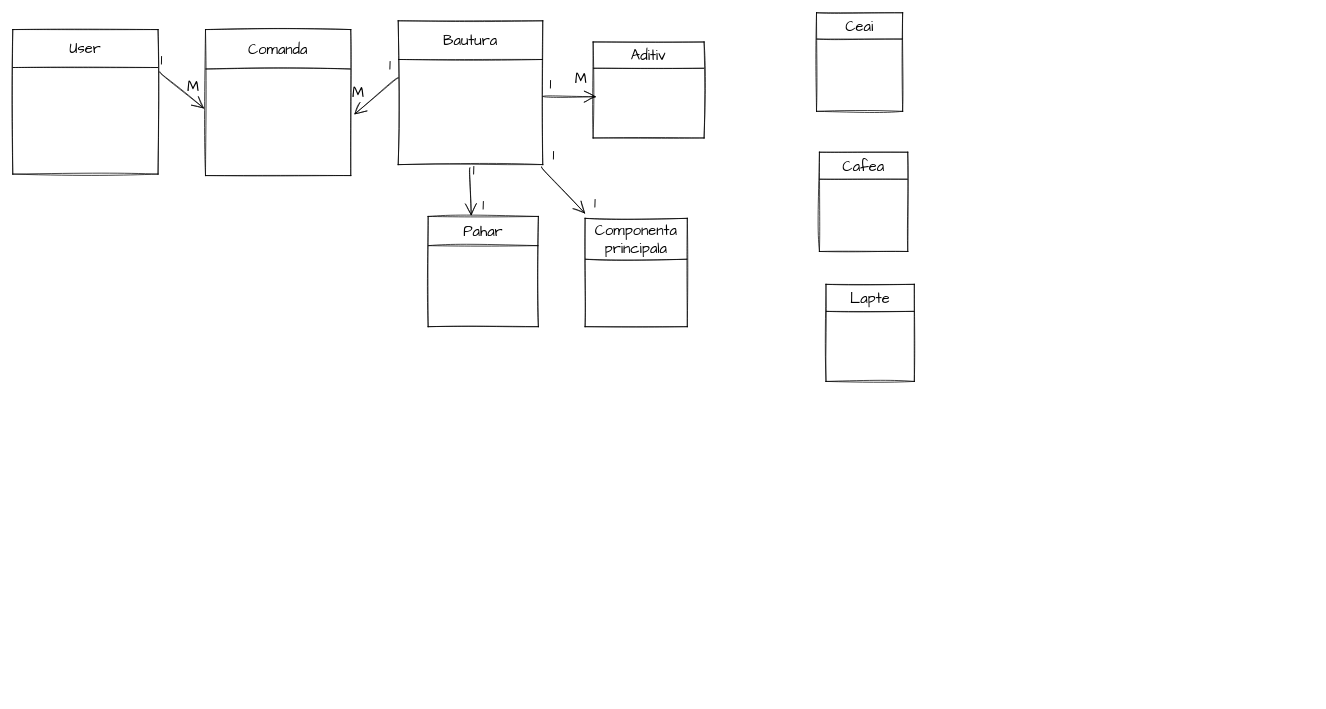
daria68/Smart-Coffe-Machine keeps this draw.io diagram as Untitled Diagram.drawio. Above is the earlier version. Source tidied: cells renumbered, new cells numbered last; positions are measured from the earlier drawing's top-left corner, leaving out a move shared by most shapes. Both pictures are drawn from the tidied source at 73%, with x=0, y=0 at pixel (12, 12).
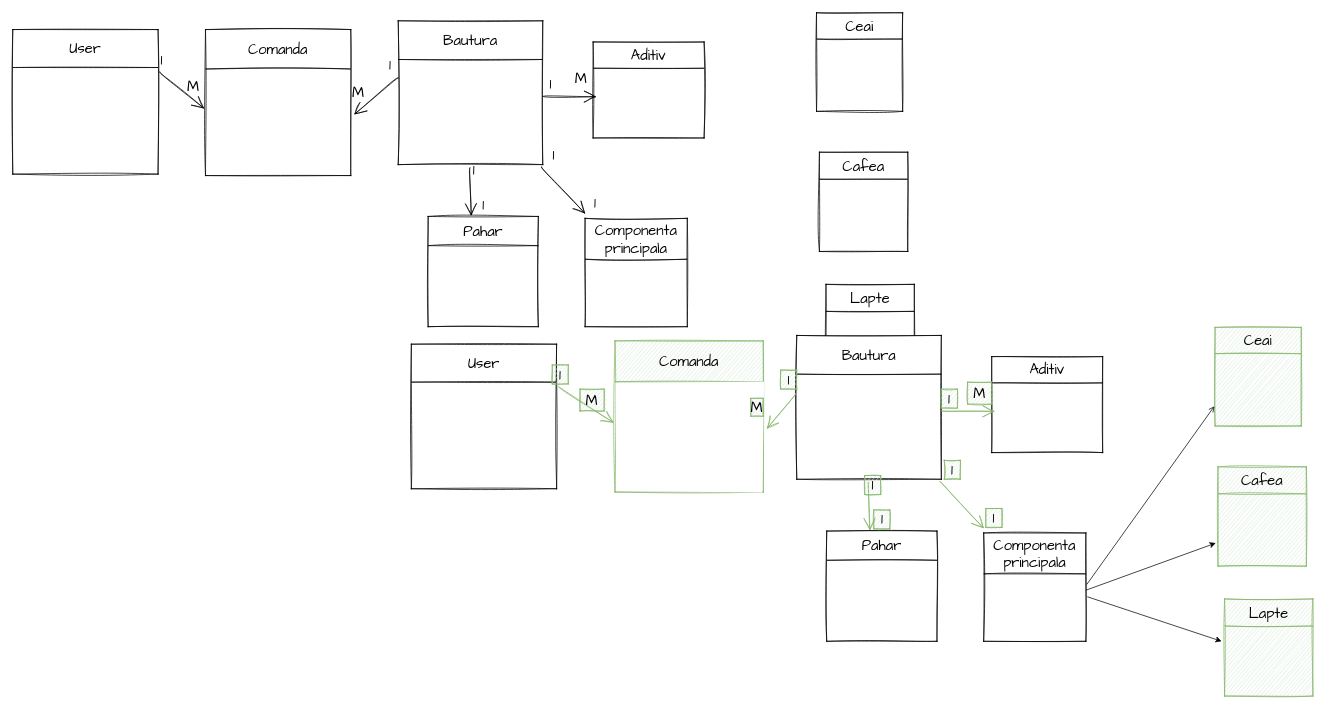
After the change.

Diff of the diagram source:
```diff
@@
+    <mxCell id="62" style="shape=table;startSize=0;childLayout=tableLayout;sketch=1;hachureGap=4;fontFamily=Architects Daughter;fontSize=20;" parent="1" vertex="1">
+      <mxGeometry x="1115" y="710" width="151" height="151" as="geometry" />
+    </mxCell>
+    <mxCell id="63" style="shape=partialRectangle;fillColor=none;top=0;left=0;bottom=0;right=0;points=[[0,0.5],[1,0.5]];portConstraint=eastwest;sketch=1;hachureGap=4;fontFamily=Architects Daughter;fontSize=20;" parent="62" vertex="1">
+      <mxGeometry width="151" height="40" as="geometry" />
+    </mxCell>
+    <mxCell id="64" value="Pahar" style="shape=partialRectangle;html=1;whiteSpace=wrap;overflow=hidden;fillColor=none;top=0;left=0;bottom=0;right=0;sketch=1;hachureGap=4;fontFamily=Architects Daughter;fontSize=20;" parent="63" vertex="1">
+      <mxGeometry width="151" height="40" as="geometry" />
+    </mxCell>
+    <mxCell id="65" style="shape=partialRectangle;fillColor=none;top=0;left=0;bottom=0;right=0;sketch=1;hachureGap=4;fontFamily=Architects Daughter;fontSize=20;" parent="62" vertex="1">
+      <mxGeometry y="40" width="151" height="111" as="geometry" />
+    </mxCell>
+    <mxCell id="66" style="shape=partialRectangle;html=1;whiteSpace=wrap;overflow=hidden;fillColor=none;top=0;left=0;bottom=0;right=0;sketch=1;hachureGap=4;fontFamily=Architects Daughter;fontSize=20;" parent="65" vertex="1">
+      <mxGeometry width="151" height="111" as="geometry" />
+    </mxCell>
@@
+    <mxCell id="67" style="shape=table;startSize=0;childLayout=tableLayout;sketch=1;hachureGap=4;fontFamily=Architects Daughter;fontSize=20;fillColor=#d5e8d4;strokeColor=#82b366;" parent="1" vertex="1">
+      <mxGeometry x="825" y="449.5" width="203" height="207" as="geometry" />
+    </mxCell>
+    <mxCell id="68" style="shape=partialRectangle;fillColor=none;top=0;left=0;bottom=0;right=0;sketch=1;hachureGap=4;fontFamily=Architects Daughter;fontSize=20;" parent="67" vertex="1">
+      <mxGeometry width="203" height="56" as="geometry" />
+    </mxCell>
+    <mxCell id="69" value="Comanda" style="shape=partialRectangle;html=1;whiteSpace=wrap;overflow=hidden;fillColor=none;top=0;left=0;bottom=0;right=0;sketch=1;hachureGap=4;fontFamily=Architects Daughter;fontSize=20;" parent="68" vertex="1">
+      <mxGeometry width="203" height="56" as="geometry" />
+    </mxCell>
+    <mxCell id="70" style="shape=partialRectangle;fillColor=none;top=0;left=0;bottom=0;right=0;points=[[0,0.5],[1,0.5]];portConstraint=eastwest;sketch=1;hachureGap=4;fontFamily=Architects Daughter;fontSize=20;" parent="67" vertex="1">
+      <mxGeometry y="56" width="203" height="151" as="geometry" />
+    </mxCell>
+    <mxCell id="71" style="shape=partialRectangle;html=1;whiteSpace=wrap;overflow=hidden;top=0;left=0;bottom=0;right=0;sketch=1;hachureGap=4;fontFamily=Architects Daughter;fontSize=20;" parent="70" vertex="1">
+      <mxGeometry width="203" height="151" as="geometry" />
+    </mxCell>
@@
+    <mxCell id="72" style="shape=table;startSize=0;childLayout=tableLayout;sketch=1;hachureGap=4;fontFamily=Architects Daughter;fontSize=20;fillColor=#d5e8d4;strokeColor=#82b366;" parent="1" vertex="1">
+      <mxGeometry x="1660" y="803" width="121" height="133" as="geometry" />
+    </mxCell>
+    <mxCell id="73" style="shape=partialRectangle;fillColor=none;top=0;left=0;bottom=0;right=0;sketch=1;hachureGap=4;fontFamily=Architects Daughter;fontSize=20;" parent="72" vertex="1">
+      <mxGeometry width="121" height="37" as="geometry" />
+    </mxCell>
+    <mxCell id="74" value="Lapte" style="shape=partialRectangle;html=1;whiteSpace=wrap;overflow=hidden;fillColor=none;top=0;left=0;bottom=0;right=0;sketch=1;hachureGap=4;fontFamily=Architects Daughter;fontSize=20;" parent="73" vertex="1">
+      <mxGeometry width="121" height="37" as="geometry" />
+    </mxCell>
+    <mxCell id="75" style="shape=partialRectangle;fillColor=none;top=0;left=0;bottom=0;right=0;sketch=1;hachureGap=4;fontFamily=Architects Daughter;fontSize=20;" parent="72" vertex="1">
+      <mxGeometry y="37" width="121" height="96" as="geometry" />
+    </mxCell>
+    <mxCell id="76" style="shape=partialRectangle;html=1;whiteSpace=wrap;overflow=hidden;fillColor=none;top=0;left=0;bottom=0;right=0;sketch=1;hachureGap=4;fontFamily=Architects Daughter;fontSize=20;" parent="75" vertex="1">
+      <mxGeometry width="121" height="96" as="geometry" />
+    </mxCell>
@@
+    <mxCell id="77" style="shape=table;startSize=0;childLayout=tableLayout;sketch=1;hachureGap=4;fontFamily=Architects Daughter;fontSize=20;" parent="1" vertex="1">
+      <mxGeometry x="1341" y="471" width="152" height="131.5" as="geometry" />
+    </mxCell>
+    <mxCell id="78" style="shape=partialRectangle;fillColor=none;top=0;left=0;bottom=0;right=0;sketch=1;hachureGap=4;fontFamily=Architects Daughter;fontSize=20;" parent="77" vertex="1">
+      <mxGeometry width="152" height="36" as="geometry" />
+    </mxCell>
+    <mxCell id="79" value="Aditiv" style="shape=partialRectangle;html=1;whiteSpace=wrap;overflow=hidden;fillColor=none;top=0;left=0;bottom=0;right=0;sketch=1;hachureGap=4;fontFamily=Architects Daughter;fontSize=20;" parent="78" vertex="1">
+      <mxGeometry width="152" height="36" as="geometry" />
+    </mxCell>
+    <mxCell id="80" style="shape=partialRectangle;fillColor=none;top=0;left=0;bottom=0;right=0;sketch=1;hachureGap=4;fontFamily=Architects Daughter;fontSize=20;" parent="77" vertex="1">
+      <mxGeometry y="36" width="152" height="96" as="geometry" />
+    </mxCell>
+    <mxCell id="81" style="shape=partialRectangle;html=1;whiteSpace=wrap;overflow=hidden;fillColor=none;top=0;left=0;bottom=0;right=0;sketch=1;hachureGap=4;fontFamily=Architects Daughter;fontSize=20;" parent="80" vertex="1">
+      <mxGeometry width="152" height="96" as="geometry" />
+    </mxCell>
@@
+    <mxCell id="82" style="shape=table;startSize=0;childLayout=tableLayout;sketch=1;hachureGap=4;fontFamily=Architects Daughter;fontSize=20;fillColor=#d5e8d4;strokeColor=#82b366;" parent="1" vertex="1">
+      <mxGeometry x="1647" y="431" width="118" height="135" as="geometry" />
+    </mxCell>
+    <mxCell id="83" style="shape=partialRectangle;fillColor=none;top=0;left=0;bottom=0;right=0;sketch=1;hachureGap=4;fontFamily=Architects Daughter;fontSize=20;" parent="82" vertex="1">
+      <mxGeometry width="118" height="36" as="geometry" />
+    </mxCell>
+    <mxCell id="84" value="Ceai" style="shape=partialRectangle;html=1;whiteSpace=wrap;overflow=hidden;fillColor=none;top=0;left=0;bottom=0;right=0;sketch=1;hachureGap=4;fontFamily=Architects Daughter;fontSize=20;" parent="83" vertex="1">
+      <mxGeometry width="118" height="36" as="geometry" />
+    </mxCell>
+    <mxCell id="85" style="shape=partialRectangle;fillColor=none;top=0;left=0;bottom=0;right=0;sketch=1;hachureGap=4;fontFamily=Architects Daughter;fontSize=20;" parent="82" vertex="1">
+      <mxGeometry y="36" width="118" height="99" as="geometry" />
+    </mxCell>
+    <mxCell id="86" style="shape=partialRectangle;html=1;whiteSpace=wrap;overflow=hidden;fillColor=none;top=0;left=0;bottom=0;right=0;sketch=1;hachureGap=4;fontFamily=Architects Daughter;fontSize=20;" parent="85" vertex="1">
+      <mxGeometry width="118" height="99" as="geometry" />
+    </mxCell>
@@
+    <mxCell id="87" style="shape=table;startSize=0;childLayout=tableLayout;sketch=1;hachureGap=4;fontFamily=Architects Daughter;fontSize=20;fillColor=#d5e8d4;strokeColor=#82b366;" parent="1" vertex="1">
+      <mxGeometry x="1651" y="622" width="121" height="136" as="geometry" />
+    </mxCell>
+    <mxCell id="88" style="shape=partialRectangle;fillColor=none;top=0;left=0;bottom=0;right=0;sketch=1;hachureGap=4;fontFamily=Architects Daughter;fontSize=20;" parent="87" vertex="1">
+      <mxGeometry width="121" height="37" as="geometry" />
+    </mxCell>
+    <mxCell id="89" value="Cafea" style="shape=partialRectangle;html=1;whiteSpace=wrap;overflow=hidden;fillColor=none;top=0;left=0;bottom=0;right=0;sketch=1;hachureGap=4;fontFamily=Architects Daughter;fontSize=20;" parent="88" vertex="1">
+      <mxGeometry width="121" height="37" as="geometry" />
+    </mxCell>
+    <mxCell id="90" style="shape=partialRectangle;fillColor=none;top=0;left=0;bottom=0;right=0;points=[[0,0.5],[1,0.5]];portConstraint=eastwest;sketch=1;hachureGap=4;fontFamily=Architects Daughter;fontSize=20;" parent="87" vertex="1">
+      <mxGeometry y="37" width="121" height="99" as="geometry" />
+    </mxCell>
+    <mxCell id="91" style="shape=partialRectangle;html=1;whiteSpace=wrap;overflow=hidden;fillColor=none;top=0;left=0;bottom=0;right=0;sketch=1;hachureGap=4;fontFamily=Architects Daughter;fontSize=20;" parent="90" vertex="1">
+      <mxGeometry width="121" height="99" as="geometry" />
+    </mxCell>
@@
+    <mxCell id="92" style="shape=table;startSize=0;childLayout=tableLayout;sketch=1;hachureGap=4;fontFamily=Architects Daughter;fontSize=20;" parent="1" vertex="1">
+      <mxGeometry x="546" y="454" width="199" height="198" as="geometry" />
+    </mxCell>
+    <mxCell id="93" style="shape=partialRectangle;fillColor=none;top=0;left=0;bottom=0;right=0;sketch=1;hachureGap=4;fontFamily=Architects Daughter;fontSize=20;" parent="92" vertex="1">
+      <mxGeometry width="199" height="52" as="geometry" />
+    </mxCell>
+    <mxCell id="94" value="User" style="shape=partialRectangle;html=1;whiteSpace=wrap;overflow=hidden;fillColor=none;top=0;left=0;bottom=0;right=0;sketch=1;hachureGap=4;fontFamily=Architects Daughter;fontSize=20;" parent="93" vertex="1">
+      <mxGeometry width="199" height="52" as="geometry" />
+    </mxCell>
+    <mxCell id="95" style="shape=partialRectangle;fillColor=none;top=0;left=0;bottom=0;right=0;sketch=1;hachureGap=4;fontFamily=Architects Daughter;fontSize=20;" parent="92" vertex="1">
+      <mxGeometry y="52" width="199" height="146" as="geometry" />
+    </mxCell>
+    <mxCell id="96" style="shape=partialRectangle;html=1;whiteSpace=wrap;overflow=hidden;fillColor=none;top=0;left=0;bottom=0;right=0;sketch=1;hachureGap=4;fontFamily=Architects Daughter;fontSize=20;" parent="95" vertex="1">
+      <mxGeometry width="199" height="146" as="geometry" />
+    </mxCell>
@@
+    <mxCell id="97" style="edgeStyle=none;jettySize=auto;html=1;rounded=0;sketch=1;hachureGap=4;fontFamily=Architects Daughter;fontSize=16;endArrow=open;startSize=14;endSize=14;sourcePerimeterSpacing=8;targetPerimeterSpacing=8;curved=1;entryX=-0.01;entryY=0.37;entryDx=0;entryDy=0;entryPerimeter=0;fillColor=#d5e8d4;strokeColor=#82b366;" parent="1" edge="1" target="70">
+      <mxGeometry relative="1" as="geometry">
+        <mxPoint x="747" y="512" as="sourcePoint" />
+      </mxGeometry>
+    </mxCell>
@@
+    <mxCell id="98" value="M" style="text;html=1;align=center;verticalAlign=middle;whiteSpace=wrap;rounded=0;sketch=1;hachureGap=4;fontFamily=Architects Daughter;fontSize=20;fillColor=#d5e8d4;strokeColor=#82b366;" parent="1" vertex="1">
+      <mxGeometry x="777" y="515.5" width="33" height="30" as="geometry" />
+    </mxCell>
@@
+    <mxCell id="99" value="1" style="text;html=1;align=center;verticalAlign=middle;whiteSpace=wrap;rounded=0;sketch=1;hachureGap=4;fontFamily=Architects Daughter;fontSize=20;fillColor=#d5e8d4;strokeColor=#82b366;" parent="1" vertex="1">
+      <mxGeometry x="739" y="482.5" width="22" height="26" as="geometry" />
+    </mxCell>
@@
+    <mxCell id="100" style="shape=table;startSize=0;childLayout=tableLayout;sketch=1;hachureGap=4;fontFamily=Architects Daughter;fontSize=20;" parent="1" vertex="1">
+      <mxGeometry x="1074" y="442" width="198" height="197" as="geometry" />
+    </mxCell>
+    <mxCell id="101" style="shape=partialRectangle;fillColor=none;top=0;left=0;bottom=0;right=0;sketch=1;hachureGap=4;fontFamily=Architects Daughter;fontSize=20;" parent="100" vertex="1">
+      <mxGeometry width="198" height="53" as="geometry" />
+    </mxCell>
+    <mxCell id="102" value="Bautura" style="shape=partialRectangle;html=1;whiteSpace=wrap;overflow=hidden;fillColor=none;top=0;left=0;bottom=0;right=0;sketch=1;hachureGap=4;fontFamily=Architects Daughter;fontSize=20;" parent="101" vertex="1">
+      <mxGeometry width="198" height="53" as="geometry" />
+    </mxCell>
+    <mxCell id="103" style="shape=partialRectangle;fillColor=none;top=0;left=0;bottom=0;right=0;points=[[0,0.5],[1,0.5]];portConstraint=eastwest;sketch=1;hachureGap=4;fontFamily=Architects Daughter;fontSize=20;" parent="100" vertex="1">
+      <mxGeometry y="53" width="198" height="144" as="geometry" />
+    </mxCell>
+    <mxCell id="104" style="shape=partialRectangle;html=1;whiteSpace=wrap;overflow=hidden;fillColor=none;top=0;left=0;bottom=0;right=0;sketch=1;hachureGap=4;fontFamily=Architects Daughter;fontSize=20;" parent="103" vertex="1">
+      <mxGeometry width="198" height="144" as="geometry" />
+    </mxCell>
@@
+    <mxCell id="105" style="shape=table;startSize=0;childLayout=tableLayout;sketch=1;hachureGap=4;fontFamily=Architects Daughter;fontSize=20;" parent="1" vertex="1">
+      <mxGeometry x="1330" y="712.6" width="140" height="148.4" as="geometry" />
+    </mxCell>
+    <mxCell id="106" style="shape=partialRectangle;fillColor=none;top=0;left=0;bottom=0;right=0;sketch=1;hachureGap=4;fontFamily=Architects Daughter;fontSize=20;" parent="105" vertex="1">
+      <mxGeometry width="140" height="56" as="geometry" />
+    </mxCell>
+    <mxCell id="107" value="Componenta principala" style="shape=partialRectangle;html=1;whiteSpace=wrap;overflow=hidden;fillColor=none;top=0;left=0;bottom=0;right=0;sketch=1;hachureGap=4;fontFamily=Architects Daughter;fontSize=20;" parent="106" vertex="1">
+      <mxGeometry width="140" height="56" as="geometry" />
+    </mxCell>
+    <mxCell id="108" style="shape=partialRectangle;fillColor=none;top=0;left=0;bottom=0;right=0;points=[[0,0.5],[1,0.5]];portConstraint=eastwest;sketch=1;hachureGap=4;fontFamily=Architects Daughter;fontSize=20;" parent="105" vertex="1">
+      <mxGeometry y="56" width="140" height="92" as="geometry" />
+    </mxCell>
+    <mxCell id="109" style="shape=partialRectangle;html=1;whiteSpace=wrap;overflow=hidden;fillColor=none;top=0;left=0;bottom=0;right=0;sketch=1;hachureGap=4;fontFamily=Architects Daughter;fontSize=20;" parent="108" vertex="1">
+      <mxGeometry width="140" height="92" as="geometry" />
+    </mxCell>
@@
+    <mxCell id="110" style="edgeStyle=none;jettySize=auto;html=1;rounded=0;sketch=1;hachureGap=4;fontFamily=Architects Daughter;fontSize=16;endArrow=open;startSize=14;endSize=14;sourcePerimeterSpacing=8;targetPerimeterSpacing=8;curved=1;entryX=1.025;entryY=0.425;entryDx=0;entryDy=0;entryPerimeter=0;fillColor=#d5e8d4;strokeColor=#82b366;" parent="1" edge="1" target="70">
+      <mxGeometry relative="1" as="geometry">
+        <mxPoint x="1074" y="520" as="sourcePoint" />
+      </mxGeometry>
+    </mxCell>
@@
+    <mxCell id="111" value="M" style="text;html=1;align=center;verticalAlign=middle;whiteSpace=wrap;rounded=0;sketch=1;hachureGap=4;fontFamily=Architects Daughter;fontSize=20;fillColor=#d5e8d4;strokeColor=#82b366;" parent="1" vertex="1">
+      <mxGeometry x="1011" y="528.2" width="17" height="24.5" as="geometry" />
+    </mxCell>
@@
+    <mxCell id="112" value="1" style="text;html=1;align=center;verticalAlign=middle;whiteSpace=wrap;rounded=0;sketch=1;hachureGap=4;fontFamily=Architects Daughter;fontSize=20;fillColor=#d5e8d4;strokeColor=#82b366;" parent="1" vertex="1">
+      <mxGeometry x="1052" y="489.5" width="22" height="26" as="geometry" />
+    </mxCell>
@@
+    <mxCell id="113" style="edgeStyle=none;jettySize=auto;html=1;rounded=0;sketch=1;hachureGap=4;fontFamily=Architects Daughter;fontSize=16;endArrow=open;startSize=14;endSize=14;sourcePerimeterSpacing=8;targetPerimeterSpacing=8;curved=1;exitX=0.495;exitY=1.028;exitDx=0;exitDy=0;exitPerimeter=0;entryX=0.391;entryY=-0.03;entryDx=0;entryDy=0;entryPerimeter=0;fillColor=#d5e8d4;strokeColor=#82b366;" parent="1" edge="1" source="103" target="63">
+      <mxGeometry relative="1" as="geometry" />
+    </mxCell>
@@
+    <mxCell id="114" style="edgeStyle=none;orthogonalLoop=1;jettySize=auto;html=1;rounded=0;sketch=1;hachureGap=4;fontFamily=Architects Daughter;fontSize=16;endArrow=open;startSize=14;endSize=14;sourcePerimeterSpacing=8;targetPerimeterSpacing=8;curved=1;fillColor=#d5e8d4;strokeColor=#82b366;" parent="1" edge="1">
+      <mxGeometry relative="1" as="geometry">
+        <mxPoint x="1270" y="642" as="sourcePoint" />
+        <mxPoint x="1330" y="706" as="targetPoint" />
+      </mxGeometry>
+    </mxCell>
@@
+    <mxCell id="115" style="edgeStyle=none;orthogonalLoop=1;jettySize=auto;html=1;rounded=0;sketch=1;hachureGap=4;fontFamily=Architects Daughter;fontSize=16;endArrow=open;startSize=14;endSize=14;sourcePerimeterSpacing=8;targetPerimeterSpacing=8;curved=1;fillColor=#d5e8d4;strokeColor=#82b366;" parent="1" edge="1">
+      <mxGeometry relative="1" as="geometry">
+        <mxPoint x="1272" y="545.5" as="sourcePoint" />
+        <mxPoint x="1345" y="546" as="targetPoint" />
+      </mxGeometry>
+    </mxCell>
@@
+    <mxCell id="116" value="1" style="text;html=1;align=center;verticalAlign=middle;whiteSpace=wrap;rounded=0;sketch=1;hachureGap=4;fontFamily=Architects Daughter;fontSize=20;fillColor=#d5e8d4;strokeColor=#82b366;" parent="1" vertex="1">
+      <mxGeometry x="1167" y="634" width="22" height="26" as="geometry" />
+    </mxCell>
@@
+    <mxCell id="117" value="1" style="text;html=1;align=center;verticalAlign=middle;whiteSpace=wrap;rounded=0;sketch=1;hachureGap=4;fontFamily=Architects Daughter;fontSize=20;fillColor=#d5e8d4;strokeColor=#82b366;" parent="1" vertex="1">
+      <mxGeometry x="1179.5" y="681" width="22" height="26" as="geometry" />
+    </mxCell>
@@
+    <mxCell id="118" value="1" style="text;html=1;align=center;verticalAlign=middle;whiteSpace=wrap;rounded=0;sketch=1;hachureGap=4;fontFamily=Architects Daughter;fontSize=20;fillColor=#d5e8d4;strokeColor=#82b366;" parent="1" vertex="1">
+      <mxGeometry x="1276" y="613" width="22" height="26" as="geometry" />
+    </mxCell>
@@
+    <mxCell id="119" value="1" style="text;html=1;align=center;verticalAlign=middle;whiteSpace=wrap;rounded=0;sketch=1;hachureGap=4;fontFamily=Architects Daughter;fontSize=20;fillColor=#d5e8d4;strokeColor=#82b366;" parent="1" vertex="1">
+      <mxGeometry x="1333" y="679" width="22" height="26" as="geometry" />
+    </mxCell>
@@
+    <mxCell id="120" value="1" style="text;html=1;align=center;verticalAlign=middle;whiteSpace=wrap;rounded=0;sketch=1;hachureGap=4;fontFamily=Architects Daughter;fontSize=20;fillColor=#d5e8d4;strokeColor=#82b366;" parent="1" vertex="1">
+      <mxGeometry x="1272" y="515.5" width="22" height="26" as="geometry" />
+    </mxCell>
@@
+    <mxCell id="121" value="M" style="text;html=1;align=center;verticalAlign=middle;whiteSpace=wrap;rounded=0;sketch=1;hachureGap=4;fontFamily=Architects Daughter;fontSize=20;fillColor=#d5e8d4;strokeColor=#82b366;" parent="1" vertex="1">
+      <mxGeometry x="1308" y="506" width="33" height="30" as="geometry" />
+    </mxCell>
@@
+    <mxCell id="122" style="endArrow=open;html=1;rounded=0;exitX=1.009;exitY=0.158;exitDx=0;exitDy=0;exitPerimeter=0;endFill=0;" parent="1" edge="1" source="108">
+      <mxGeometry relative="1" as="geometry">
+        <mxPoint x="1646" y="539" as="targetPoint" />
+      </mxGeometry>
+    </mxCell>
+    <mxCell id="123" style="endArrow=classic;html=1;rounded=0;entryX=-0.025;entryY=0.681;entryDx=0;entryDy=0;entryPerimeter=0;" parent="1" edge="1" target="90">
+      <mxGeometry relative="1" as="geometry">
+        <mxPoint x="1470" y="791" as="sourcePoint" />
+      </mxGeometry>
+    </mxCell>
+    <mxCell id="124" style="endArrow=classic;html=1;rounded=0;exitX=1.014;exitY=0.341;exitDx=0;exitDy=0;exitPerimeter=0;" parent="1" edge="1" source="108">
+      <mxGeometry relative="1" as="geometry">
+        <mxPoint x="1656" y="861" as="targetPoint" />
+      </mxGeometry>
+    </mxCell>
```
